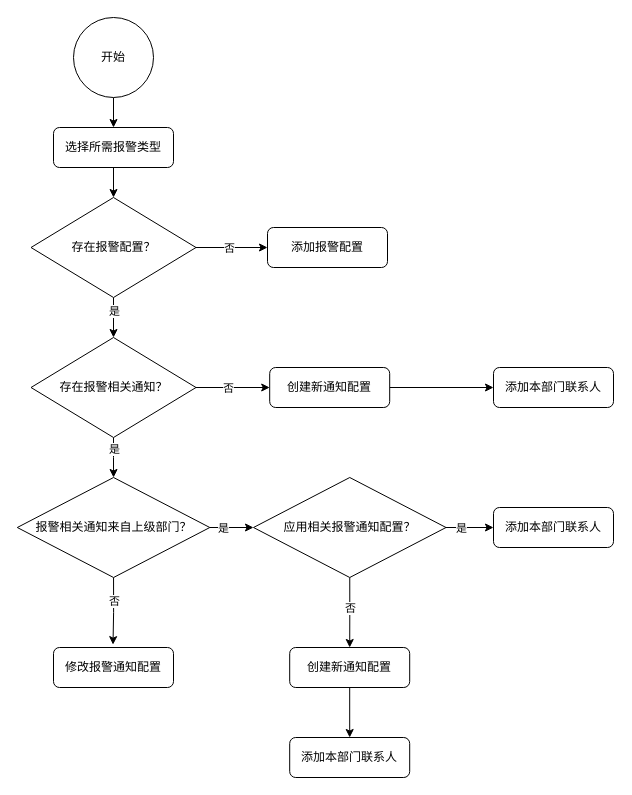
FrankKirin/PM_works keeps this draw.io diagram as 通知配置流程图.drawio. Above is the earlier version. Source tidied: cells renumbered, new cells numbered last; positions are measured from the earlier drawing's top-left corner, leaving out a move shared by most shapes. Both pictures are drawn from the tidied source at 100%, with x=0, y=0 at pixel (17, 17).
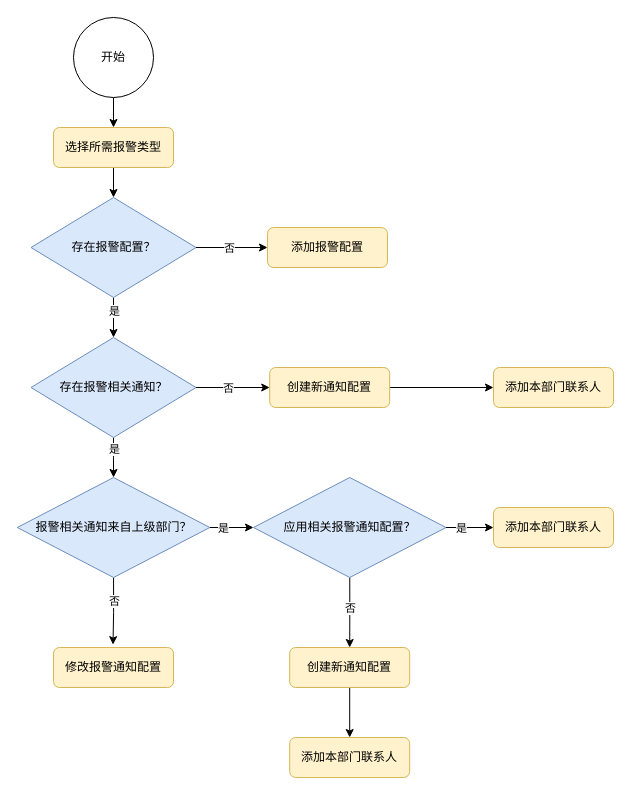
Above is the later version.

Commit message (it also covers changes not shown here):
Update 通知配置流程图.drawio

The edit, as a diff of the source:
```diff
@@
-    <mxCell id="8" value="存在报警配置？" style="rhombus;whiteSpace=wrap;html=1;" parent="1" vertex="1">
+    <mxCell id="8" value="存在报警配置？" style="rhombus;whiteSpace=wrap;html=1;strokeColor=#6c8ebf;fillColor=#dae8fc;" parent="1" vertex="1">
       <mxGeometry x="13.5" y="180" width="165" height="100" as="geometry" />
     </mxCell>
@@
-    <mxCell id="10" value="选择所需报警类型" style="rounded=1;whiteSpace=wrap;html=1;" parent="1" vertex="1">
+    <mxCell id="10" value="选择所需报警类型" style="rounded=1;whiteSpace=wrap;html=1;strokeColor=#d6b656;fillColor=#fff2cc;" parent="1" vertex="1">
       <mxGeometry x="36" y="110" width="120" height="40" as="geometry" />
     </mxCell>
-    <mxCell id="11" value="添加报警配置" style="rounded=1;whiteSpace=wrap;html=1;" parent="1" vertex="1">
+    <mxCell id="11" value="添加报警配置" style="rounded=1;whiteSpace=wrap;html=1;strokeColor=#d6b656;fillColor=#fff2cc;" parent="1" vertex="1">
       <mxGeometry x="250" y="210" width="120" height="40" as="geometry" />
     </mxCell>
@@
-    <mxCell id="15" value="存在报警相关通知？" style="rhombus;whiteSpace=wrap;html=1;" parent="1" vertex="1">
+    <mxCell id="15" value="存在报警相关通知？" style="rhombus;whiteSpace=wrap;html=1;strokeColor=#6c8ebf;fillColor=#dae8fc;" parent="1" vertex="1">
       <mxGeometry x="13.5" y="320" width="165" height="100" as="geometry" />
     </mxCell>
@@
-    <mxCell id="20" value="报警相关通知来自上级部门？" style="rhombus;whiteSpace=wrap;html=1;" parent="1" vertex="1">
+    <mxCell id="20" value="报警相关通知来自上级部门？" style="rhombus;whiteSpace=wrap;html=1;strokeColor=#6c8ebf;fillColor=#dae8fc;" parent="1" vertex="1">
       <mxGeometry x="-0.2" y="460" width="192.5" height="100" as="geometry" />
     </mxCell>
@@
-    <mxCell id="25" value="应用相关报警通知配置？" style="rhombus;whiteSpace=wrap;html=1;" parent="1" vertex="1">
+    <mxCell id="25" value="应用相关报警通知配置？" style="rhombus;whiteSpace=wrap;html=1;strokeColor=#6c8ebf;fillColor=#dae8fc;" parent="1" vertex="1">
       <mxGeometry x="236" y="460" width="192.5" height="100" as="geometry" />
     </mxCell>
-    <mxCell id="26" value="添加本部门联系人" style="rounded=1;whiteSpace=wrap;html=1;" parent="1" vertex="1">
+    <mxCell id="26" value="添加本部门联系人" style="rounded=1;whiteSpace=wrap;html=1;strokeColor=#d6b656;fillColor=#fff2cc;" parent="1" vertex="1">
       <mxGeometry x="476" y="490" width="120" height="40" as="geometry" />
     </mxCell>
@@
-    <mxCell id="28" value="创建新通知配置" style="rounded=1;whiteSpace=wrap;html=1;" parent="1" vertex="1">
+    <mxCell id="28" value="创建新通知配置" style="rounded=1;whiteSpace=wrap;html=1;strokeColor=#d6b656;fillColor=#fff2cc;" parent="1" vertex="1">
       <mxGeometry x="272.2" y="630" width="120" height="40" as="geometry" />
     </mxCell>
-    <mxCell id="29" value="添加本部门联系人" style="rounded=1;whiteSpace=wrap;html=1;" parent="1" vertex="1">
+    <mxCell id="29" value="添加本部门联系人" style="rounded=1;whiteSpace=wrap;html=1;strokeColor=#d6b656;fillColor=#fff2cc;" parent="1" vertex="1">
       <mxGeometry x="272.2" y="720" width="120" height="40" as="geometry" />
     </mxCell>
-    <mxCell id="30" value="修改报警通知配置" style="rounded=1;whiteSpace=wrap;html=1;" parent="1" vertex="1">
+    <mxCell id="30" value="修改报警通知配置" style="rounded=1;whiteSpace=wrap;html=1;strokeColor=#d6b656;fillColor=#fff2cc;" parent="1" vertex="1">
       <mxGeometry x="36" y="630" width="120" height="40" as="geometry" />
     </mxCell>
@@
-    <mxCell id="32" value="创建新通知配置" style="rounded=1;whiteSpace=wrap;html=1;" parent="1" vertex="1">
+    <mxCell id="32" value="创建新通知配置" style="rounded=1;whiteSpace=wrap;html=1;strokeColor=#d6b656;fillColor=#fff2cc;" parent="1" vertex="1">
       <mxGeometry x="252.2" y="350" width="120" height="40" as="geometry" />
     </mxCell>
@@
-    <mxCell id="34" value="添加本部门联系人" style="rounded=1;whiteSpace=wrap;html=1;" parent="1" vertex="1">
+    <mxCell id="34" value="添加本部门联系人" style="rounded=1;whiteSpace=wrap;html=1;strokeColor=#d6b656;fillColor=#fff2cc;" parent="1" vertex="1">
       <mxGeometry x="476" y="350" width="120" height="40" as="geometry" />
     </mxCell>
```
